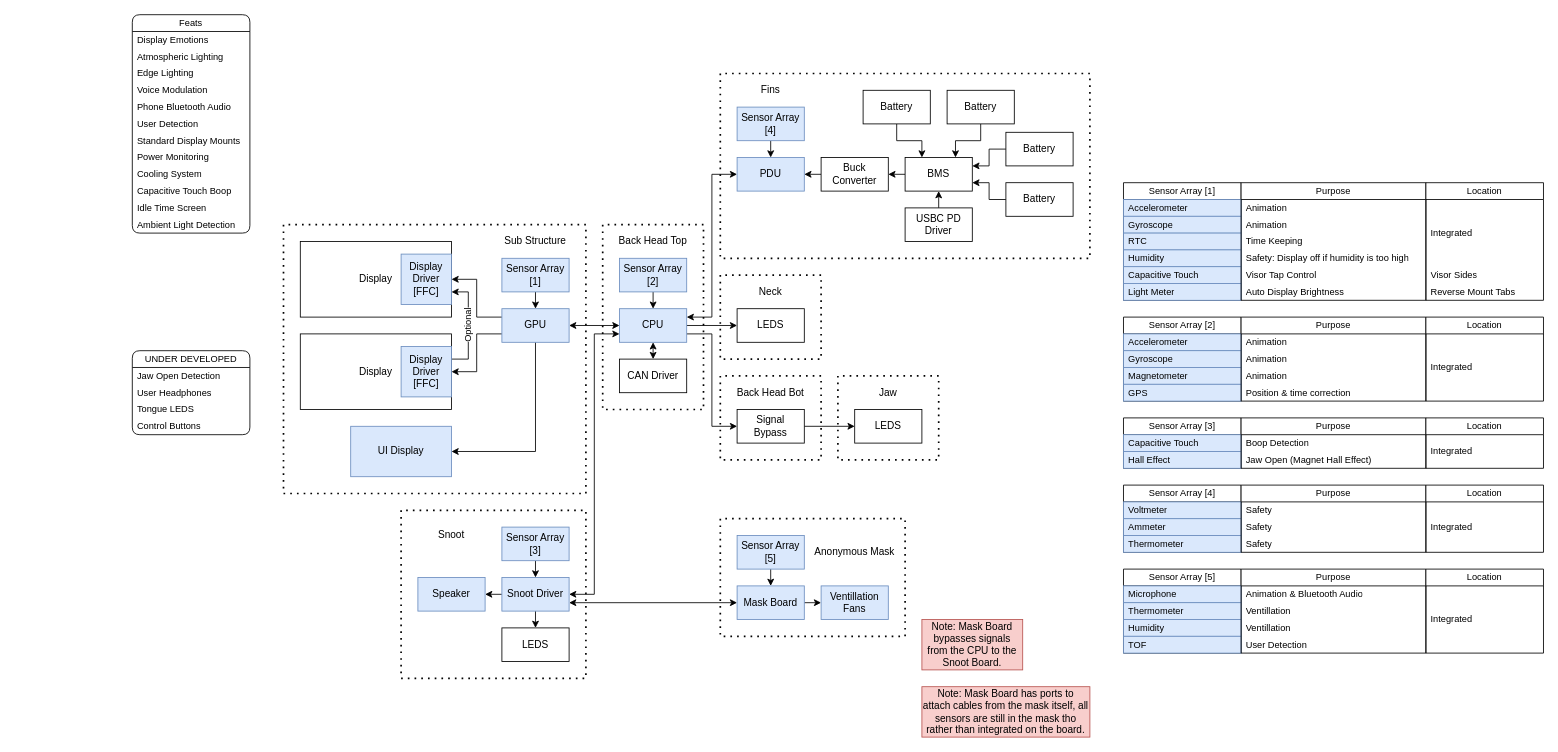
This is page "Overview" (1 of 3) of Documents/Electronics.drawio from XCR1793/Synth-Head, a draw.io file, before an edit. Source tidied: cells renumbered, new cells numbered last; positions are measured from the earlier drawing's top-left corner, leaving out a move shared by most shapes. Both pictures are drawn from the tidied source at 84%, with x=0, y=0 at pixel (132, 14).
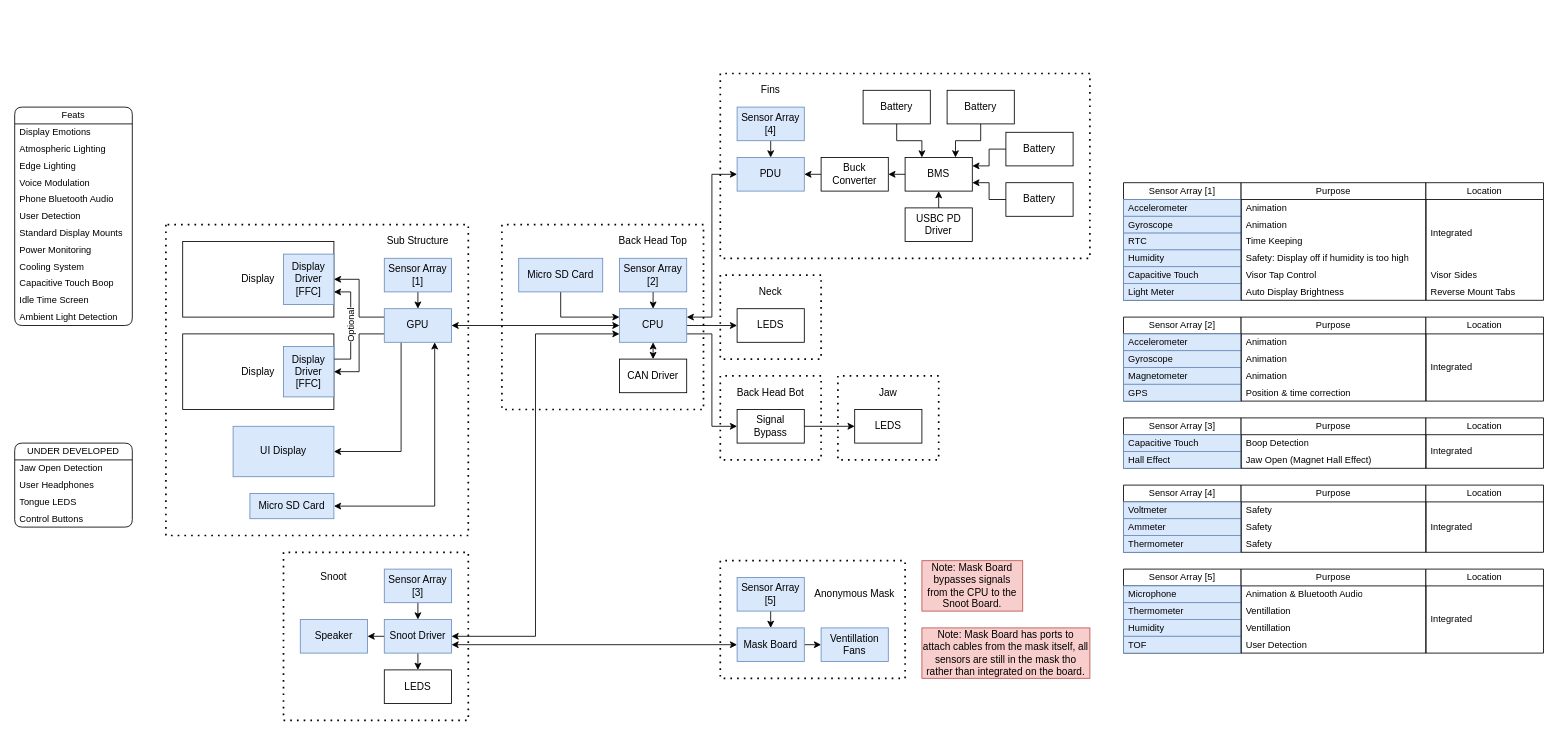
The same page after the edit.

The change refers to these unchanged cells:
```xml
<mxCell id="33" value="CPU" style="rounded=0;whiteSpace=wrap;html=1;fillColor=#dae8fc;strokeColor=#6c8ebf;" parent="1" vertex="1">
  <mxGeometry x="580" y="350" width="80" height="40" as="geometry" />
</mxCell>
```

The edit, as a diff of the source:
```diff
@@
     <mxCell id="2" value="Feats" style="swimlane;fontStyle=0;horizontal=1;startSize=20;whiteSpace=wrap;html=1;fontFamily=Helvetica;fontSize=11;fontColor=default;labelBackgroundColor=default;rounded=1;" parent="1" vertex="1">
-      <mxGeometry width="140" height="260" as="geometry" />
+      <mxGeometry x="-140" y="110" width="140" height="260" as="geometry" />
     </mxCell>
@@
     <mxCell id="15" value="Display" style="rounded=0;whiteSpace=wrap;html=1;" parent="1" vertex="1">
-      <mxGeometry x="200" y="270" width="180" height="90" as="geometry" />
+      <mxGeometry x="60" y="270" width="180" height="90" as="geometry" />
     </mxCell>
     <mxCell id="16" value="Display Driver&lt;div&gt;[FFC]&lt;/div&gt;" style="rounded=0;whiteSpace=wrap;html=1;fillColor=#dae8fc;strokeColor=#6c8ebf;" parent="1" vertex="1">
-      <mxGeometry x="320" y="285" width="60" height="60" as="geometry" />
+      <mxGeometry x="180" y="285" width="60" height="60" as="geometry" />
     </mxCell>
     <mxCell id="17" value="Display" style="rounded=0;whiteSpace=wrap;html=1;" parent="1" vertex="1">
-      <mxGeometry x="200" y="380" width="180" height="90" as="geometry" />
+      <mxGeometry x="60" y="380" width="180" height="90" as="geometry" />
     </mxCell>
@@
     <mxCell id="19" value="Display Driver&lt;div&gt;[FFC]&lt;/div&gt;" style="rounded=0;whiteSpace=wrap;html=1;fillColor=#dae8fc;strokeColor=#6c8ebf;" parent="1" vertex="1">
-      <mxGeometry x="320" y="395" width="60" height="60" as="geometry" />
+      <mxGeometry x="180" y="395" width="60" height="60" as="geometry" />
     </mxCell>
@@
-    <mxCell id="21" style="edgeStyle=orthogonalEdgeStyle;rounded=0;jettySize=auto;html=1;exitX=0.5;exitY=1;exitDx=0;exitDy=0;entryX=1;entryY=0.5;entryDx=0;entryDy=0;" parent="1" edge="1" source="23" target="68">
+    <mxCell id="21" style="edgeStyle=orthogonalEdgeStyle;rounded=0;jettySize=auto;html=1;exitX=0.25;exitY=1;exitDx=0;exitDy=0;entryX=1;entryY=0.5;entryDx=0;entryDy=0;" parent="1" edge="1" source="23" target="68">
       <mxGeometry relative="1" as="geometry" />
     </mxCell>
@@
     <mxCell id="23" value="GPU" style="rounded=0;whiteSpace=wrap;html=1;fillColor=#dae8fc;strokeColor=#6c8ebf;" parent="1" vertex="1">
-      <mxGeometry x="440" y="350" width="80" height="40" as="geometry" />
+      <mxGeometry x="300" y="350" width="80" height="40" as="geometry" />
     </mxCell>
     <mxCell id="24" style="endArrow=none;dashed=1;html=1;dashPattern=1 3;strokeWidth=2;rounded=0;" parent="1" edge="1">
       <mxGeometry relative="1" as="geometry">
-        <mxPoint x="180" y="250" as="sourcePoint" />
-        <mxPoint x="180" y="250" as="targetPoint" />
+        <mxPoint x="40" y="250" as="sourcePoint" />
+        <mxPoint x="40" y="250" as="targetPoint" />
         <Array as="points">
-          <mxPoint x="180" y="570" />
-          <mxPoint x="540" y="570" />
-          <mxPoint x="540" y="250" />
+          <mxPoint x="40" y="620" />
+          <mxPoint x="400" y="620" />
+          <mxPoint x="400" y="250" />
         </Array>
       </mxGeometry>
     </mxCell>
     <mxCell id="25" value="Sub Structure" style="text;html=1;align=center;verticalAlign=middle;whiteSpace=wrap;rounded=0;" parent="1" vertex="1">
-      <mxGeometry x="440" y="260" width="80" height="20" as="geometry" />
+      <mxGeometry x="300" y="260" width="80" height="20" as="geometry" />
     </mxCell>
@@
     <mxCell id="27" value="Sensor Array&lt;div&gt;[1]&lt;/div&gt;" style="rounded=0;whiteSpace=wrap;html=1;fillColor=#dae8fc;strokeColor=#6c8ebf;" parent="1" vertex="1">
-      <mxGeometry x="440" y="290" width="80" height="40" as="geometry" />
+      <mxGeometry x="300" y="290" width="80" height="40" as="geometry" />
     </mxCell>
@@
     <mxCell id="36" style="endArrow=none;dashed=1;html=1;dashPattern=1 3;strokeWidth=2;rounded=0;" parent="1" edge="1">
       <mxGeometry relative="1" as="geometry">
-        <mxPoint x="560" y="250" as="sourcePoint" />
-        <mxPoint x="560" y="250" as="targetPoint" />
+        <mxPoint x="440" y="250" as="sourcePoint" />
+        <mxPoint x="440" y="250" as="targetPoint" />
         <Array as="points">
-          <mxPoint x="560" y="470" />
+          <mxPoint x="440" y="470" />
           <mxPoint x="680" y="470" />
           <mxPoint x="680" y="250" />
         </Array>
       </mxGeometry>
     </mxCell>
@@
     <mxCell id="39" value="Sensor Array&lt;div&gt;[3]&lt;/div&gt;" style="rounded=0;whiteSpace=wrap;html=1;fillColor=#dae8fc;strokeColor=#6c8ebf;" parent="1" vertex="1">
-      <mxGeometry x="440" y="610" width="80" height="40" as="geometry" />
+      <mxGeometry x="300" y="660" width="80" height="40" as="geometry" />
     </mxCell>
     <mxCell id="40" value="Snoot" style="text;html=1;align=center;verticalAlign=middle;whiteSpace=wrap;rounded=0;" parent="1" vertex="1">
-      <mxGeometry x="340" y="610" width="80" height="20" as="geometry" />
+      <mxGeometry x="200" y="660" width="80" height="20" as="geometry" />
     </mxCell>
     <mxCell id="41" style="endArrow=none;dashed=1;html=1;dashPattern=1 3;strokeWidth=2;rounded=0;" parent="1" edge="1">
       <mxGeometry relative="1" as="geometry">
-        <mxPoint x="320" y="590" as="sourcePoint" />
-        <mxPoint x="320" y="590" as="targetPoint" />
+        <mxPoint x="180" y="640" as="sourcePoint" />
+        <mxPoint x="180" y="640" as="targetPoint" />
         <Array as="points">
-          <mxPoint x="320" y="790" />
-          <mxPoint x="540" y="790" />
-          <mxPoint x="540" y="590" />
+          <mxPoint x="180" y="840" />
+          <mxPoint x="400" y="840" />
+          <mxPoint x="400" y="640" />
         </Array>
       </mxGeometry>
     </mxCell>
@@
     <mxCell id="45" value="Snoot Driver" style="rounded=0;whiteSpace=wrap;html=1;fillColor=#dae8fc;strokeColor=#6c8ebf;" parent="1" vertex="1">
-      <mxGeometry x="440" y="670" width="80" height="40" as="geometry" />
+      <mxGeometry x="300" y="720" width="80" height="40" as="geometry" />
     </mxCell>
     <mxCell id="46" value="LEDS" style="rounded=0;whiteSpace=wrap;html=1;" parent="1" vertex="1">
-      <mxGeometry x="440" y="730" width="80" height="40" as="geometry" />
+      <mxGeometry x="300" y="780" width="80" height="40" as="geometry" />
     </mxCell>
     <mxCell id="47" value="Speaker" style="rounded=0;whiteSpace=wrap;html=1;fillColor=#dae8fc;strokeColor=#6c8ebf;" parent="1" vertex="1">
-      <mxGeometry x="340" y="670" width="80" height="40" as="geometry" />
+      <mxGeometry x="200" y="720" width="80" height="40" as="geometry" />
     </mxCell>
@@
     <mxCell id="68" value="UI Display" style="rounded=0;whiteSpace=wrap;html=1;fillColor=#dae8fc;strokeColor=#6c8ebf;" parent="1" vertex="1">
-      <mxGeometry x="260" y="490" width="120" height="60" as="geometry" />
+      <mxGeometry x="120" y="490" width="120" height="60" as="geometry" />
     </mxCell>
@@
     <mxCell id="80" value="UNDER DEVELOPED" style="swimlane;fontStyle=0;horizontal=1;startSize=20;whiteSpace=wrap;html=1;fontFamily=Helvetica;fontSize=11;fontColor=default;labelBackgroundColor=default;rounded=1;" parent="1" vertex="1">
-      <mxGeometry y="400" width="140" height="100" as="geometry" />
+      <mxGeometry x="-140" y="510" width="140" height="100" as="geometry" />
     </mxCell>
@@
     <mxCell id="86" value="Mask Board" style="rounded=0;whiteSpace=wrap;html=1;fillColor=#dae8fc;strokeColor=#6c8ebf;" parent="1" vertex="1">
-      <mxGeometry x="720" y="680" width="80" height="40" as="geometry" />
+      <mxGeometry x="720" y="730" width="80" height="40" as="geometry" />
     </mxCell>
     <mxCell id="87" value="Anonymous Mask" style="text;html=1;align=center;verticalAlign=middle;whiteSpace=wrap;rounded=0;" parent="1" vertex="1">
-      <mxGeometry x="810" y="630" width="100" height="20" as="geometry" />
+      <mxGeometry x="810" y="680" width="100" height="20" as="geometry" />
     </mxCell>
     <mxCell id="88" value="Ventillation&lt;div&gt;Fans&lt;/div&gt;" style="rounded=0;whiteSpace=wrap;html=1;fillColor=#dae8fc;strokeColor=#6c8ebf;" parent="1" vertex="1">
-      <mxGeometry x="820" y="680" width="80" height="40" as="geometry" />
+      <mxGeometry x="820" y="730" width="80" height="40" as="geometry" />
     </mxCell>
@@
     <mxCell id="90" value="Sensor Array&lt;div&gt;[5]&lt;/div&gt;" style="rounded=0;whiteSpace=wrap;html=1;fillColor=#dae8fc;strokeColor=#6c8ebf;" parent="1" vertex="1">
-      <mxGeometry x="720" y="620" width="80" height="40" as="geometry" />
+      <mxGeometry x="720" y="670" width="80" height="40" as="geometry" />
     </mxCell>
     <mxCell id="91" style="endArrow=none;dashed=1;html=1;dashPattern=1 3;strokeWidth=2;rounded=0;" parent="1" edge="1">
       <mxGeometry relative="1" as="geometry">
-        <mxPoint x="700" y="600" as="sourcePoint" />
-        <mxPoint x="700" y="600" as="targetPoint" />
+        <mxPoint x="700" y="650" as="sourcePoint" />
+        <mxPoint x="700" y="650" as="targetPoint" />
         <Array as="points">
-          <mxPoint x="700" y="740" />
-          <mxPoint x="920" y="740" />
-          <mxPoint x="920" y="600" />
+          <mxPoint x="700" y="790" />
+          <mxPoint x="920" y="790" />
+          <mxPoint x="920" y="650" />
         </Array>
       </mxGeometry>
     </mxCell>
@@
     <mxCell id="152" value="Note: Mask Board bypasses signals from the CPU to the Snoot Board." style="rounded=0;whiteSpace=wrap;html=1;fillColor=#f8cecc;strokeColor=#b85450;" parent="1" vertex="1">
-      <mxGeometry x="940" y="720" width="120" height="60" as="geometry" />
+      <mxGeometry x="940" y="650" width="120" height="60" as="geometry" />
     </mxCell>
     <mxCell id="153" value="Note: Mask Board has ports to attach cables from the mask itself, all sensors are still in the mask tho rather than integrated on the board." style="rounded=0;whiteSpace=wrap;html=1;fillColor=#f8cecc;strokeColor=#b85450;" parent="1" vertex="1">
-      <mxGeometry x="940" y="800" width="200" height="60" as="geometry" />
+      <mxGeometry x="940" y="730" width="200" height="60" as="geometry" />
     </mxCell>
+    <mxCell id="154" style="edgeStyle=orthogonalEdgeStyle;rounded=0;jettySize=auto;html=1;exitX=1;exitY=0.5;exitDx=0;exitDy=0;entryX=0.75;entryY=1;entryDx=0;entryDy=0;startArrow=classic;startFill=1;" parent="1" edge="1" source="155" target="23">
+      <mxGeometry relative="1" as="geometry" />
+    </mxCell>
+    <mxCell id="155" value="Micro SD Card" style="rounded=0;whiteSpace=wrap;html=1;fillColor=#dae8fc;strokeColor=#6c8ebf;" parent="1" vertex="1">
+      <mxGeometry x="140" y="570" width="100" height="30" as="geometry" />
+    </mxCell>
+    <mxCell id="156" style="edgeStyle=orthogonalEdgeStyle;rounded=0;jettySize=auto;html=1;exitX=0.5;exitY=1;exitDx=0;exitDy=0;entryX=0;entryY=0.25;entryDx=0;entryDy=0;" parent="1" edge="1" source="157" target="33">
+      <mxGeometry relative="1" as="geometry" />
+    </mxCell>
+    <mxCell id="157" value="Micro SD Card" style="rounded=0;whiteSpace=wrap;html=1;fillColor=#dae8fc;strokeColor=#6c8ebf;" parent="1" vertex="1">
+      <mxGeometry x="460" y="290" width="100" height="40" as="geometry" />
+    </mxCell>
```
